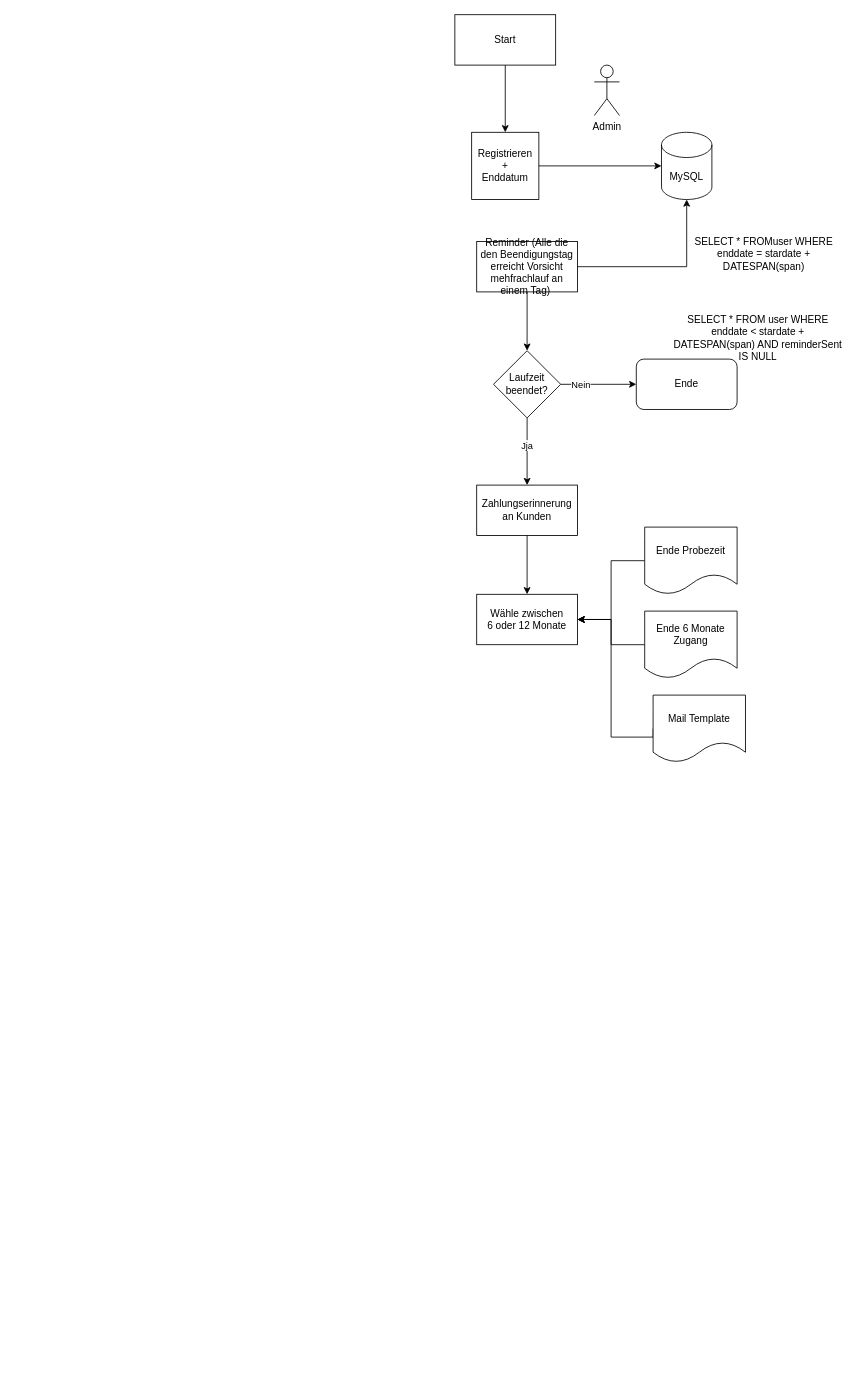
The draw.io diagram docs/draft.drawio in pamoller/ernesto-payment-reminder, before the edit. Source tidied: cells renumbered, new cells numbered last; positions are measured from the earlier drawing's top-left corner, leaving out a move shared by most shapes. Both pictures are drawn from the tidied source at 84%, with x=0, y=0 at pixel (454, 14).
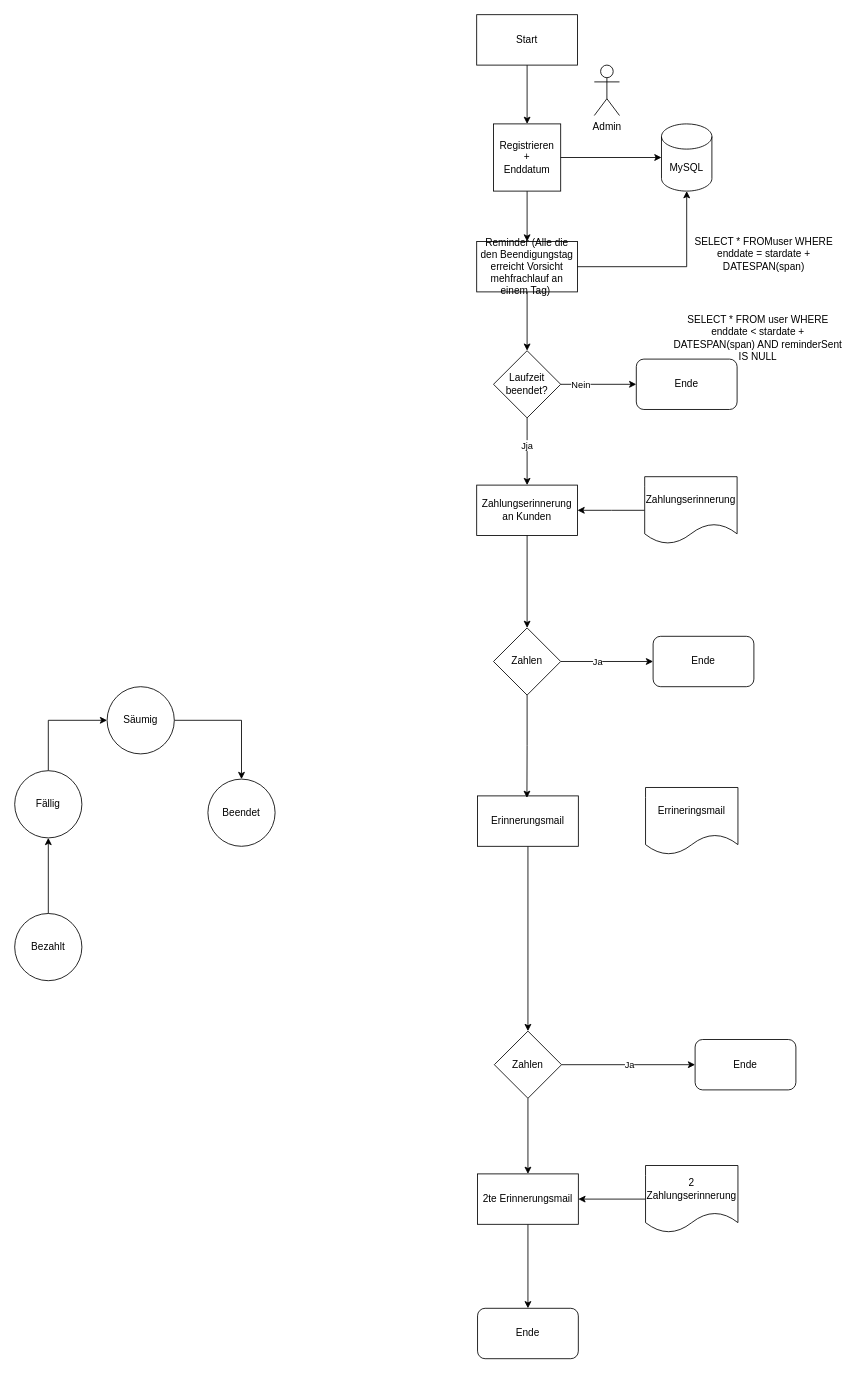
The same diagram, later.

Unchanged cells that the change refers to:
```xml
<mxCell id="9" value="Reminder (Alle die den Beendigungstag erreicht Vorsicht mehfrachlauf an einem Tag)&amp;nbsp;" style="rounded=0;whiteSpace=wrap;html=1;" parent="1" vertex="1">
  <mxGeometry x="26" y="270" width="120" height="60" as="geometry" />
</mxCell>
<mxCell id="17" value="Zahlungserinnerung an Kunden" style="rounded=0;whiteSpace=wrap;html=1;" parent="1" vertex="1">
  <mxGeometry x="26" y="560" width="120" height="60" as="geometry" />
</mxCell>
```

Diff of the diagram source:
```diff
@@
     <mxCell id="3" value="Start" style="rounded=0;whiteSpace=wrap;html=1;" parent="1" vertex="1">
-      <mxGeometry width="120" height="60" as="geometry" />
+      <mxGeometry x="26" width="120" height="60" as="geometry" />
     </mxCell>
@@
+    <mxCell id="28" style="edgeStyle=orthogonalEdgeStyle;rounded=0;jettySize=auto;html=1;exitX=0.5;exitY=1;exitDx=0;exitDy=0;defaultLabelBackgroundColor=page;labelPadding=0 4;" parent="1" edge="1" source="5" target="9">
+      <mxGeometry relative="1" as="geometry" />
+    </mxCell>
     <mxCell id="5" value="Registrieren&lt;div&gt;+&lt;br&gt;Enddatum&lt;/div&gt;" style="whiteSpace=wrap;html=1;" parent="1" vertex="1">
-      <mxGeometry x="20" y="140" width="80" height="80" as="geometry" />
+      <mxGeometry x="46" y="130" width="80" height="80" as="geometry" />
     </mxCell>
     <mxCell id="6" value="MySQL" style="shape=cylinder3;whiteSpace=wrap;html=1;boundedLbl=1;backgroundOutline=1;size=15;" parent="1" vertex="1">
-      <mxGeometry x="246" y="140" width="60" height="80" as="geometry" />
+      <mxGeometry x="246" y="130" width="60" height="80" as="geometry" />
     </mxCell>
@@
-    <mxCell id="18" style="edgeStyle=orthogonalEdgeStyle;rounded=0;jettySize=auto;html=1;defaultLabelBackgroundColor=page;labelPadding=0 4;" parent="1" edge="1" source="19" target="21">
-      <mxGeometry relative="1" as="geometry" />
+    <mxCell id="18" style="edgeStyle=orthogonalEdgeStyle;rounded=0;jettySize=auto;html=1;defaultLabelBackgroundColor=page;labelPadding=0 4;" parent="1" edge="1" source="19">
+      <mxGeometry relative="1" as="geometry">
+        <mxPoint x="146" y="590" as="targetPoint" />
+      </mxGeometry>
     </mxCell>
-    <mxCell id="19" value="Ende Probezeit" style="shape=document;whiteSpace=wrap;html=1;boundedLbl=1;" parent="1" vertex="1">
-      <mxGeometry x="226" y="610" width="110" height="80" as="geometry" />
+    <mxCell id="19" value="Zahlungserinnerung" style="shape=document;whiteSpace=wrap;html=1;boundedLbl=1;" parent="1" vertex="1">
+      <mxGeometry x="226" y="550" width="110" height="80" as="geometry" />
     </mxCell>
-    <mxCell id="20" style="edgeStyle=orthogonalEdgeStyle;rounded=0;jettySize=auto;html=1;exitX=0.5;exitY=1;exitDx=0;exitDy=0;entryX=0.5;entryY=0;entryDx=0;entryDy=0;defaultLabelBackgroundColor=page;labelPadding=0 4;" parent="1" edge="1" source="17" target="21">
+    <mxCell id="20" style="edgeStyle=orthogonalEdgeStyle;rounded=0;jettySize=auto;html=1;exitX=0.5;exitY=1;exitDx=0;exitDy=0;entryX=0.5;entryY=0;entryDx=0;entryDy=0;defaultLabelBackgroundColor=page;labelPadding=0 4;" parent="1" edge="1" source="17" target="31">
       <mxGeometry relative="1" as="geometry" />
     </mxCell>
-    <mxCell id="21" value="Wähle zwischen&lt;br&gt;6 oder 12 Monate" style="rounded=0;whiteSpace=wrap;html=1;" parent="1" vertex="1">
-      <mxGeometry x="26" y="690" width="120" height="60" as="geometry" />
-    </mxCell>
-    <mxCell id="22" style="edgeStyle=orthogonalEdgeStyle;rounded=0;jettySize=auto;html=1;exitX=0;exitY=0.5;exitDx=0;exitDy=0;entryX=1;entryY=0.5;entryDx=0;entryDy=0;defaultLabelBackgroundColor=page;labelPadding=0 4;" parent="1" edge="1" source="23" target="21">
-      <mxGeometry relative="1" as="geometry" />
-    </mxCell>
-    <mxCell id="23" value="Ende 6 Monate Zugang" style="shape=document;whiteSpace=wrap;html=1;boundedLbl=1;" parent="1" vertex="1">
-      <mxGeometry x="226" y="710" width="110" height="80" as="geometry" />
-    </mxCell>
-    <mxCell id="24" style="edgeStyle=orthogonalEdgeStyle;rounded=0;jettySize=auto;html=1;exitX=0;exitY=0.5;exitDx=0;exitDy=0;entryX=1;entryY=0.5;entryDx=0;entryDy=0;defaultLabelBackgroundColor=page;labelPadding=0 4;" parent="1" edge="1" source="25" target="21">
-      <mxGeometry relative="1" as="geometry">
-        <Array as="points">
-          <mxPoint x="186" y="860" />
-          <mxPoint x="186" y="720" />
-        </Array>
-      </mxGeometry>
-    </mxCell>
-    <mxCell id="25" value="Mail Template" style="shape=document;whiteSpace=wrap;html=1;boundedLbl=1;" parent="1" vertex="1">
-      <mxGeometry x="236" y="810" width="110" height="80" as="geometry" />
-    </mxCell>
@@
+    <mxCell id="29" style="edgeStyle=orthogonalEdgeStyle;rounded=0;jettySize=auto;html=1;exitX=1;exitY=0.5;exitDx=0;exitDy=0;entryX=0;entryY=0.5;entryDx=0;entryDy=0;defaultLabelBackgroundColor=page;labelPadding=0 4;" parent="1" edge="1" source="31" target="32">
+      <mxGeometry relative="1" as="geometry" />
+    </mxCell>
+    <mxCell id="30" value="Ja" style="edgeLabel;html=1;align=center;verticalAlign=middle;inheritText=1;defaultLabelBackgroundColor=page;labelPadding=0 4;" parent="29" vertex="1">
+      <mxGeometry x="-0.21" relative="1" as="geometry" />
+    </mxCell>
+    <mxCell id="31" value="Zahlen" style="rhombus;whiteSpace=wrap;html=1;shapeInside=1;" parent="1" vertex="1">
+      <mxGeometry x="46" y="730" width="80" height="80" as="geometry" />
+    </mxCell>
+    <mxCell id="32" value="Ende" style="rounded=1;whiteSpace=wrap;html=1;roundedPerimeter=1;" parent="1" vertex="1">
+      <mxGeometry x="236" y="740" width="120" height="60" as="geometry" />
+    </mxCell>
+    <mxCell id="33" style="edgeStyle=orthogonalEdgeStyle;rounded=0;jettySize=auto;html=1;exitX=0.5;exitY=1;exitDx=0;exitDy=0;entryX=0.5;entryY=0;entryDx=0;entryDy=0;defaultLabelBackgroundColor=page;labelPadding=0 4;" parent="1" edge="1" source="34" target="39">
+      <mxGeometry relative="1" as="geometry" />
+    </mxCell>
+    <mxCell id="34" value="Erinnerungsmail" style="rounded=0;whiteSpace=wrap;html=1;" parent="1" vertex="1">
+      <mxGeometry x="27" y="930" width="120" height="60" as="geometry" />
+    </mxCell>
+    <mxCell id="35" style="edgeStyle=orthogonalEdgeStyle;rounded=0;jettySize=auto;html=1;exitX=0.5;exitY=1;exitDx=0;exitDy=0;entryX=0.49;entryY=0.04;entryDx=0;entryDy=0;entryPerimeter=0;defaultLabelBackgroundColor=page;labelPadding=0 4;" parent="1" edge="1" source="31" target="34">
+      <mxGeometry relative="1" as="geometry" />
+    </mxCell>
+    <mxCell id="36" style="edgeStyle=orthogonalEdgeStyle;rounded=0;jettySize=auto;html=1;exitX=1;exitY=0.5;exitDx=0;exitDy=0;defaultLabelBackgroundColor=page;labelPadding=0 4;" parent="1" edge="1" source="39" target="40">
+      <mxGeometry relative="1" as="geometry" />
+    </mxCell>
+    <mxCell id="37" value="Ja" style="edgeLabel;html=1;align=center;verticalAlign=middle;inheritText=1;defaultLabelBackgroundColor=page;labelPadding=0 4;" parent="36" vertex="1">
+      <mxGeometry relative="1" as="geometry" />
+    </mxCell>
+    <mxCell id="38" style="edgeStyle=orthogonalEdgeStyle;rounded=0;jettySize=auto;html=1;exitX=0.5;exitY=1;exitDx=0;exitDy=0;defaultLabelBackgroundColor=page;labelPadding=0 4;" parent="1" edge="1" source="39" target="42">
+      <mxGeometry relative="1" as="geometry" />
+    </mxCell>
+    <mxCell id="39" value="Zahlen" style="rhombus;whiteSpace=wrap;html=1;shapeInside=1;" parent="1" vertex="1">
+      <mxGeometry x="47" y="1210" width="80" height="80" as="geometry" />
+    </mxCell>
+    <mxCell id="40" value="Ende" style="rounded=1;whiteSpace=wrap;html=1;roundedPerimeter=1;" parent="1" vertex="1">
+      <mxGeometry x="286" y="1220" width="120" height="60" as="geometry" />
+    </mxCell>
+    <mxCell id="41" style="edgeStyle=orthogonalEdgeStyle;rounded=0;jettySize=auto;html=1;exitX=0.5;exitY=1;exitDx=0;exitDy=0;entryX=0.5;entryY=0;entryDx=0;entryDy=0;defaultLabelBackgroundColor=page;labelPadding=0 4;" parent="1" edge="1" source="42" target="43">
+      <mxGeometry relative="1" as="geometry" />
+    </mxCell>
+    <mxCell id="42" value="2te Erinnerungsmail" style="rounded=0;whiteSpace=wrap;html=1;" parent="1" vertex="1">
+      <mxGeometry x="27" y="1380" width="120" height="60" as="geometry" />
+    </mxCell>
+    <mxCell id="43" value="Ende" style="rounded=1;whiteSpace=wrap;html=1;roundedPerimeter=1;" parent="1" vertex="1">
+      <mxGeometry x="27" y="1540" width="120" height="60" as="geometry" />
+    </mxCell>
+    <mxCell id="44" value="Errineringsmail" style="shape=document;whiteSpace=wrap;html=1;boundedLbl=1;" parent="1" vertex="1">
+      <mxGeometry x="227" y="920" width="110" height="80" as="geometry" />
+    </mxCell>
+    <mxCell id="45" style="edgeStyle=orthogonalEdgeStyle;rounded=0;jettySize=auto;html=1;entryX=1;entryY=0.5;entryDx=0;entryDy=0;defaultLabelBackgroundColor=page;labelPadding=0 4;" parent="1" edge="1" source="46" target="42">
+      <mxGeometry relative="1" as="geometry" />
+    </mxCell>
+    <mxCell id="46" value="2 Zahlungserinnerung" style="shape=document;whiteSpace=wrap;html=1;boundedLbl=1;" parent="1" vertex="1">
+      <mxGeometry x="227" y="1370" width="110" height="80" as="geometry" />
+    </mxCell>
+    <mxCell id="47" style="edgeStyle=orthogonalEdgeStyle;rounded=0;jettySize=auto;html=1;exitX=0.5;exitY=0;exitDx=0;exitDy=0;defaultLabelBackgroundColor=page;labelPadding=0 4;" parent="1" edge="1" source="48" target="50">
+      <mxGeometry relative="1" as="geometry" />
+    </mxCell>
+    <mxCell id="48" value="Bezahlt" style="ellipse;whiteSpace=wrap;html=1;shapeInside=1;" parent="1" vertex="1">
+      <mxGeometry x="-524" y="1070" width="80" height="80" as="geometry" />
+    </mxCell>
+    <mxCell id="49" style="edgeStyle=orthogonalEdgeStyle;rounded=0;jettySize=auto;html=1;exitX=0.5;exitY=0;exitDx=0;exitDy=0;entryX=0;entryY=0.5;entryDx=0;entryDy=0;defaultLabelBackgroundColor=page;labelPadding=0 4;" parent="1" edge="1" source="50" target="52">
+      <mxGeometry relative="1" as="geometry" />
+    </mxCell>
+    <mxCell id="50" value="Fällig" style="ellipse;whiteSpace=wrap;html=1;shapeInside=1;" parent="1" vertex="1">
+      <mxGeometry x="-524" y="900" width="80" height="80" as="geometry" />
+    </mxCell>
+    <mxCell id="51" style="edgeStyle=orthogonalEdgeStyle;rounded=0;jettySize=auto;html=1;exitX=1;exitY=0.5;exitDx=0;exitDy=0;defaultLabelBackgroundColor=page;labelPadding=0 4;entryX=0.5;entryY=0;entryDx=0;entryDy=0;" parent="1" edge="1" source="52" target="53">
+      <mxGeometry x="-0.07" relative="1" as="geometry" />
+    </mxCell>
+    <mxCell id="52" value="Säumig" style="ellipse;whiteSpace=wrap;html=1;shapeInside=1;" parent="1" vertex="1">
+      <mxGeometry x="-414" y="800" width="80" height="80" as="geometry" />
+    </mxCell>
+    <mxCell id="53" value="Beendet" style="ellipse;whiteSpace=wrap;html=1;shapeInside=1;" parent="1" vertex="1">
+      <mxGeometry x="-294" y="910" width="80" height="80" as="geometry" />
+    </mxCell>
```
